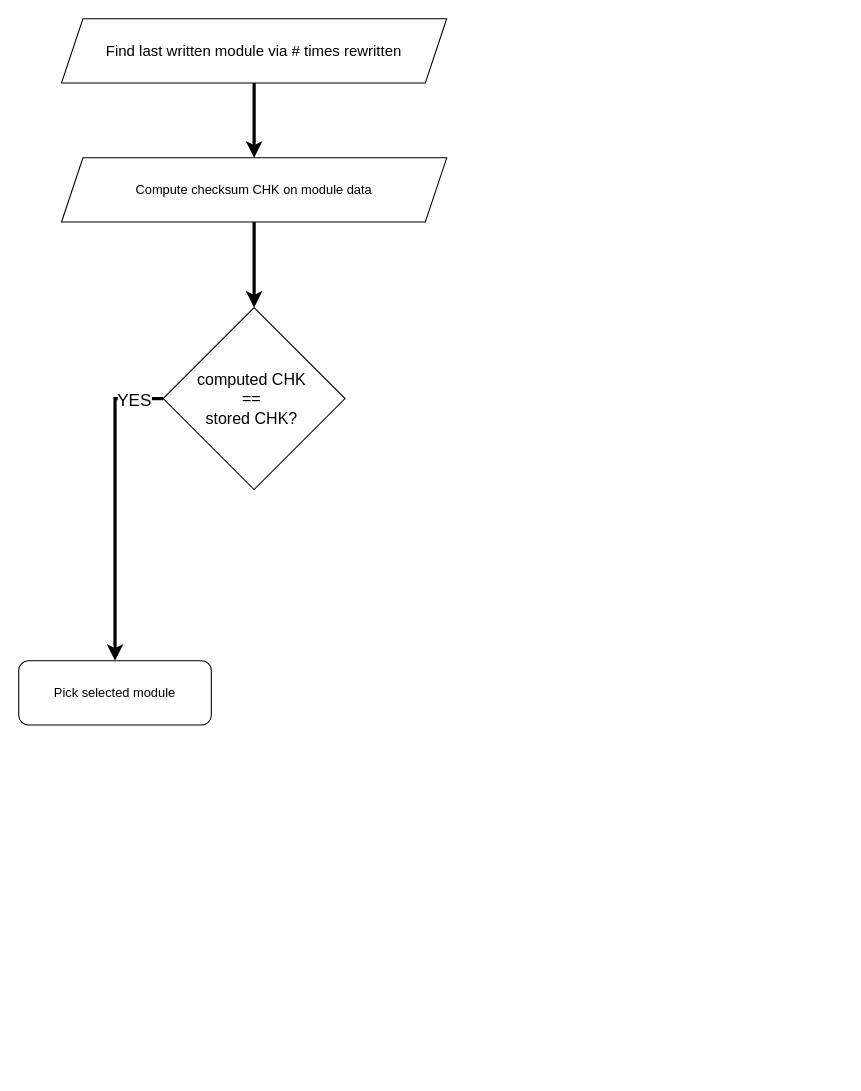
Before: Immagini Usate/NVRAM_Startup.drawio in matitaviola/Thesis-Metatron, a draw.io diagram. Source tidied: cells renumbered, new cells numbered last; positions are measured from the earlier drawing's top-left corner, leaving out a move shared by most shapes. Both pictures are drawn from the tidied source at 107%, with x=0, y=0 at pixel (18, 18).
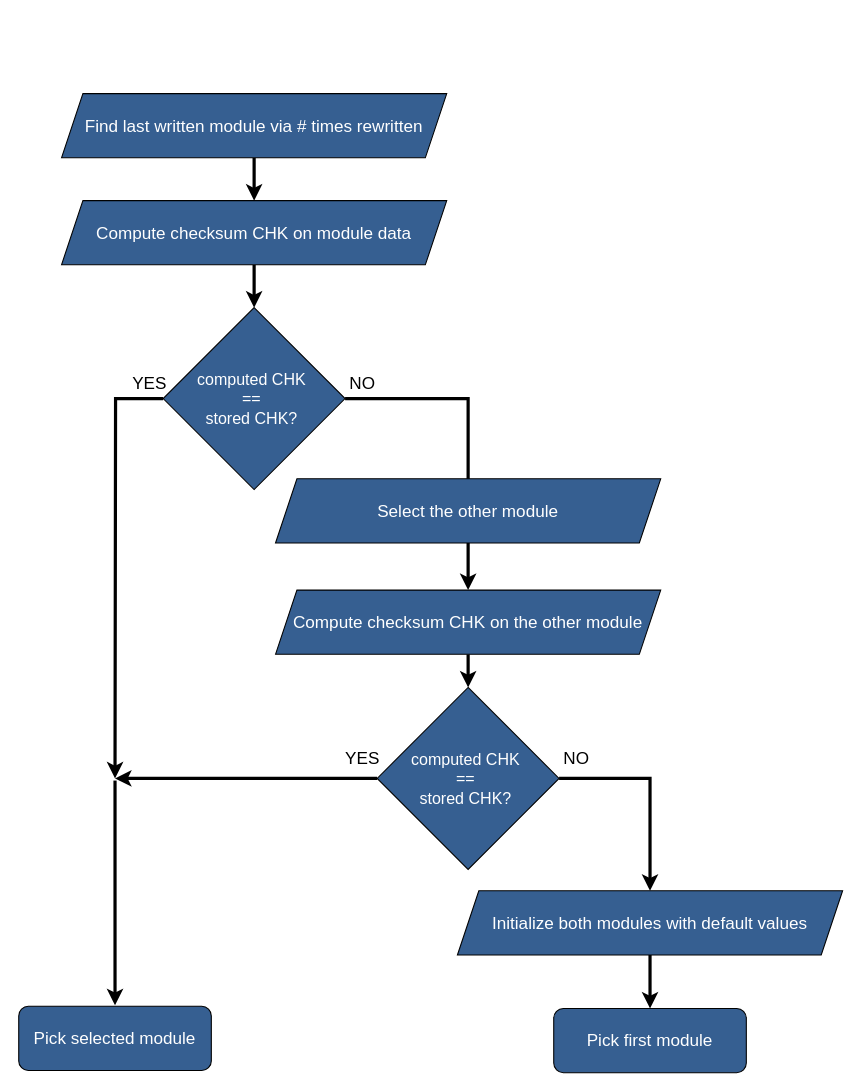
Above is the later version.

Change to the diagram source:
```diff
@@
-    <mxCell id="3" value="&lt;div style=&quot;&quot;&gt;&lt;span style=&quot;background-color: initial;&quot;&gt;&lt;font style=&quot;font-size: 14px;&quot;&gt;Find last written module via # times rewritten&lt;/font&gt;&lt;/span&gt;&lt;/div&gt;" style="shape=parallelogram;perimeter=parallelogramPerimeter;whiteSpace=wrap;html=1;fixedSize=1;align=center;" parent="1" vertex="1">
-      <mxGeometry x="40" width="360" height="60" as="geometry" />
+    <mxCell id="3" value="&lt;div style=&quot;&quot;&gt;&lt;span style=&quot;background-color: initial;&quot;&gt;&lt;font style=&quot;font-size: 16px;&quot;&gt;Find last written module via # times rewritten&lt;/font&gt;&lt;/span&gt;&lt;/div&gt;" style="shape=parallelogram;perimeter=parallelogramPerimeter;whiteSpace=wrap;html=1;fixedSize=1;align=center;fillColor=#365F91;strokeColor=#000000;fontColor=#FFFFFF;" parent="1" vertex="1">
+      <mxGeometry x="40" y="70" width="360" height="60" as="geometry" />
     </mxCell>
@@
-    <mxCell id="5" value="Compute checksum CHK on module data" style="shape=parallelogram;perimeter=parallelogramPerimeter;whiteSpace=wrap;html=1;fixedSize=1;" parent="1" vertex="1">
-      <mxGeometry x="40" y="130" width="360" height="60" as="geometry" />
+    <mxCell id="5" value="&lt;font style=&quot;font-size: 16px;&quot;&gt;Compute checksum CHK on module data&lt;/font&gt;" style="shape=parallelogram;perimeter=parallelogramPerimeter;whiteSpace=wrap;html=1;fixedSize=1;fontColor=#FFFFFF;fillColor=#365F91;" parent="1" vertex="1">
+      <mxGeometry x="40" y="170" width="360" height="60" as="geometry" />
     </mxCell>
-    <mxCell id="6" style="edgeStyle=orthogonalEdgeStyle;rounded=0;jettySize=auto;html=1;exitX=0;exitY=0.5;exitDx=0;exitDy=0;entryX=0.5;entryY=0;entryDx=0;entryDy=0;strokeWidth=3;" parent="1" edge="1" source="8" target="9">
-      <mxGeometry relative="1" as="geometry" />
+    <mxCell id="6" style="edgeStyle=orthogonalEdgeStyle;rounded=0;jettySize=auto;html=1;exitX=0;exitY=0.5;exitDx=0;exitDy=0;strokeWidth=3;" parent="1" edge="1" source="8">
+      <mxGeometry relative="1" as="geometry">
+        <mxPoint x="90" y="710" as="targetPoint" />
+      </mxGeometry>
     </mxCell>
-    <mxCell id="7" value="&lt;font style=&quot;font-size: 16px;&quot;&gt;YES&lt;/font&gt;" style="edgeLabel;html=1;align=center;verticalAlign=middle;" parent="6" vertex="1">
+    <mxCell id="7" value="&lt;font style=&quot;font-size: 16px;&quot;&gt;YES&lt;/font&gt;" style="edgeLabel;html=1;align=center;verticalAlign=middle;labelBackgroundColor=none;textShadow=0;" parent="6" vertex="1">
       <mxGeometry x="-0.81" y="1" relative="1" as="geometry">
-        <mxPoint y="-1" as="offset" />
+        <mxPoint x="24" y="-16" as="offset" />
       </mxGeometry>
     </mxCell>
+    <mxCell id="10" style="edgeStyle=orthogonalEdgeStyle;rounded=0;jettySize=auto;html=1;exitX=1;exitY=0.5;exitDx=0;exitDy=0;entryX=0.5;entryY=0;entryDx=0;entryDy=0;strokeWidth=3;" parent="1" edge="1" source="8" target="16">
+      <mxGeometry relative="1" as="geometry" />
+    </mxCell>
+    <mxCell id="11" value="&lt;font style=&quot;font-size: 16px;&quot;&gt;NO&lt;/font&gt;" style="edgeLabel;html=1;align=center;verticalAlign=middle;fontSize=16;labelBackgroundColor=none;" parent="10" vertex="1">
+      <mxGeometry x="-0.6" y="-2" relative="1" as="geometry">
+        <mxPoint x="-44" y="-17" as="offset" />
+      </mxGeometry>
+    </mxCell>
-    <mxCell id="8" value="&lt;div style=&quot;font-size: 15px;&quot;&gt;&lt;font style=&quot;font-size: 15px;&quot;&gt;computed CHK&amp;nbsp;&lt;/font&gt;&lt;/div&gt;&lt;div style=&quot;font-size: 15px;&quot;&gt;&lt;font style=&quot;font-size: 15px;&quot;&gt;==&amp;nbsp;&lt;/font&gt;&lt;/div&gt;&lt;div style=&quot;font-size: 15px;&quot;&gt;&lt;font style=&quot;font-size: 15px;&quot;&gt;stored CHK?&amp;nbsp;&lt;/font&gt;&lt;/div&gt;" style="rhombus;whiteSpace=wrap;html=1;" parent="1" vertex="1">
+    <mxCell id="8" value="&lt;div style=&quot;font-size: 15px;&quot;&gt;&lt;font color=&quot;#ffffff&quot; style=&quot;font-size: 15px;&quot;&gt;computed CHK&amp;nbsp;&lt;/font&gt;&lt;/div&gt;&lt;div style=&quot;font-size: 15px;&quot;&gt;&lt;font color=&quot;#ffffff&quot; style=&quot;font-size: 15px;&quot;&gt;==&amp;nbsp;&lt;/font&gt;&lt;/div&gt;&lt;div style=&quot;font-size: 15px;&quot;&gt;&lt;font color=&quot;#ffffff&quot; style=&quot;font-size: 15px;&quot;&gt;stored CHK?&amp;nbsp;&lt;/font&gt;&lt;/div&gt;" style="rhombus;whiteSpace=wrap;html=1;fillColor=#365F91;" parent="1" vertex="1">
       <mxGeometry x="135" y="270" width="170" height="170" as="geometry" />
     </mxCell>
-    <mxCell id="9" value="Pick selected module" style="rounded=1;whiteSpace=wrap;html=1;" parent="1" vertex="1">
-      <mxGeometry y="600" width="180" height="60" as="geometry" />
+    <mxCell id="9" value="&lt;font color=&quot;#ffffff&quot; style=&quot;font-size: 16px;&quot;&gt;Pick selected module&lt;/font&gt;" style="rounded=1;whiteSpace=wrap;html=1;fillColor=#365F91;" parent="1" vertex="1">
+      <mxGeometry y="923" width="180" height="60" as="geometry" />
     </mxCell>
+    <mxCell id="12" style="edgeStyle=orthogonalEdgeStyle;rounded=0;orthogonalLoop=1;jettySize=auto;html=1;exitX=0;exitY=0.5;exitDx=0;exitDy=0;strokeWidth=3;" parent="1" edge="1">
+      <mxGeometry relative="1" as="geometry">
+        <mxPoint x="335" y="710" as="sourcePoint" />
+        <mxPoint x="90" y="710" as="targetPoint" />
+        <Array as="points">
+          <mxPoint x="160" y="710" />
+          <mxPoint x="160" y="710" />
+        </Array>
+      </mxGeometry>
+    </mxCell>
+    <mxCell id="13" value="&lt;font style=&quot;font-size: 16px;&quot;&gt;YES&lt;/font&gt;" style="edgeLabel;html=1;align=center;verticalAlign=middle;labelBackgroundColor=none;" parent="12" vertex="1">
+      <mxGeometry x="-0.81" relative="1" as="geometry">
+        <mxPoint x="8" y="-20" as="offset" />
+      </mxGeometry>
+    </mxCell>
+    <mxCell id="14" value="&lt;div style=&quot;font-size: 15px;&quot;&gt;&lt;font color=&quot;#ffffff&quot; style=&quot;font-size: 15px;&quot;&gt;computed CHK&amp;nbsp;&lt;/font&gt;&lt;/div&gt;&lt;div style=&quot;font-size: 15px;&quot;&gt;&lt;font color=&quot;#ffffff&quot; style=&quot;font-size: 15px;&quot;&gt;==&amp;nbsp;&lt;/font&gt;&lt;/div&gt;&lt;div style=&quot;font-size: 15px;&quot;&gt;&lt;font color=&quot;#ffffff&quot; style=&quot;font-size: 15px;&quot;&gt;stored CHK?&amp;nbsp;&lt;/font&gt;&lt;/div&gt;" style="rhombus;whiteSpace=wrap;html=1;fillColor=#365F91;" parent="1" vertex="1">
+      <mxGeometry x="335" y="625" width="170" height="170" as="geometry" />
+    </mxCell>
+    <mxCell id="15" style="edgeStyle=orthogonalEdgeStyle;rounded=0;jettySize=auto;html=1;exitX=0.5;exitY=1;exitDx=0;exitDy=0;entryX=0.5;entryY=0;entryDx=0;entryDy=0;strokeWidth=3;" parent="1" edge="1" target="14">
+      <mxGeometry relative="1" as="geometry">
+        <mxPoint x="420" y="594" as="sourcePoint" />
+      </mxGeometry>
+    </mxCell>
+    <mxCell id="16" value="&lt;font color=&quot;#ffffff&quot; style=&quot;font-size: 16px;&quot;&gt;Compute checksum CHK on the other module&lt;/font&gt;" style="shape=parallelogram;perimeter=parallelogramPerimeter;whiteSpace=wrap;html=1;fixedSize=1;fillColor=#365F91;" parent="1" vertex="1">
+      <mxGeometry x="240" y="534" width="360" height="60" as="geometry" />
+    </mxCell>
+    <mxCell id="17" style="edgeStyle=orthogonalEdgeStyle;rounded=0;jettySize=auto;html=1;exitX=0.5;exitY=1;exitDx=0;exitDy=0;entryX=0.5;entryY=0;entryDx=0;entryDy=0;strokeWidth=3;" parent="1" edge="1" source="18" target="19">
+      <mxGeometry relative="1" as="geometry" />
+    </mxCell>
+    <mxCell id="18" value="&lt;font color=&quot;#ffffff&quot; style=&quot;font-size: 16px;&quot;&gt;Initialize both modules with default values&lt;/font&gt;" style="shape=parallelogram;perimeter=parallelogramPerimeter;whiteSpace=wrap;html=1;fixedSize=1;fillColor=#365F91;" parent="1" vertex="1">
+      <mxGeometry x="410" y="815" width="360" height="60" as="geometry" />
+    </mxCell>
+    <mxCell id="19" value="&lt;font color=&quot;#ffffff&quot; style=&quot;font-size: 16px;&quot;&gt;Pick first module&lt;/font&gt;" style="rounded=1;whiteSpace=wrap;html=1;fillColor=#365F91;" parent="1" vertex="1">
+      <mxGeometry x="500" y="925" width="180" height="60" as="geometry" />
+    </mxCell>
+    <mxCell id="20" style="edgeStyle=orthogonalEdgeStyle;rounded=0;jettySize=auto;html=1;exitX=1;exitY=0.5;exitDx=0;exitDy=0;entryX=0.5;entryY=0;entryDx=0;entryDy=0;strokeWidth=3;" parent="1" edge="1" source="14" target="18">
+      <mxGeometry relative="1" as="geometry" />
+    </mxCell>
+    <mxCell id="21" value="&lt;font style=&quot;font-size: 16px;&quot;&gt;NO&lt;/font&gt;" style="edgeLabel;html=1;align=center;verticalAlign=middle;labelBackgroundColor=none;" parent="20" vertex="1">
+      <mxGeometry x="-0.52" y="1" relative="1" as="geometry">
+        <mxPoint x="-31" y="-19" as="offset" />
+      </mxGeometry>
+    </mxCell>
+    <mxCell id="22" style="endArrow=classic;html=1;rounded=0;strokeWidth=3;" parent="1" edge="1">
+      <mxGeometry relative="1" as="geometry">
+        <mxPoint x="90" y="712" as="sourcePoint" />
+        <mxPoint x="90" y="922" as="targetPoint" />
+      </mxGeometry>
+    </mxCell>
+    <mxCell id="23" value="&lt;div style=&quot;&quot;&gt;&lt;span style=&quot;background-color: initial;&quot;&gt;&lt;font color=&quot;#ffffff&quot; style=&quot;font-size: 16px;&quot;&gt;Select the other module&lt;/font&gt;&lt;/span&gt;&lt;/div&gt;" style="shape=parallelogram;perimeter=parallelogramPerimeter;whiteSpace=wrap;html=1;fixedSize=1;align=center;fillColor=#365F91;" parent="1" vertex="1">
+      <mxGeometry x="240" y="430" width="360" height="60" as="geometry" />
+    </mxCell>
```
